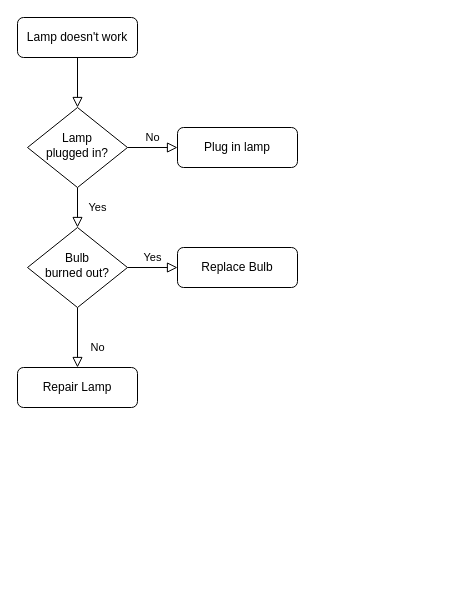
Earlier version of the draw.io diagram Untitled Diagram.drawio (iam-tin/tin-example-figure). Source tidied: cells renumbered, new cells numbered last; positions are measured from the earlier drawing's top-left corner, leaving out a move shared by most shapes. Both pictures are drawn from the tidied source at 100%, with x=0, y=0 at pixel (17, 17).
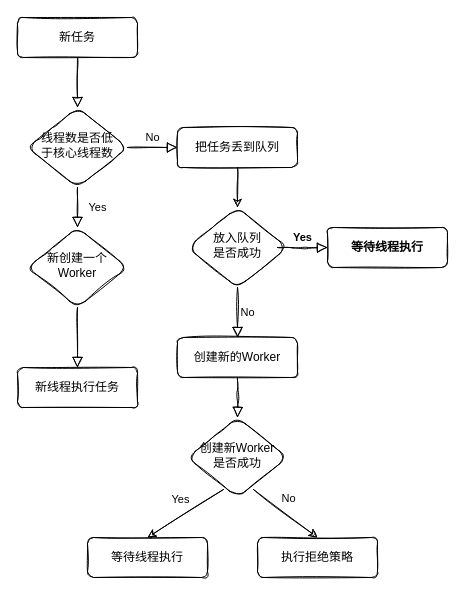
After the change.

Commit message:
线程池任务执行流程图

What changed in the source:
```diff
@@
-    <mxCell id="2" style="rounded=0;html=1;jettySize=auto;fontSize=11;endArrow=block;endFill=0;endSize=8;strokeWidth=1;shadow=0;labelBackgroundColor=none;edgeStyle=orthogonalEdgeStyle;" parent="1" edge="1" source="3" target="6">
+    <mxCell id="2" style="html=1;jettySize=auto;fontSize=11;endArrow=block;endFill=0;endSize=8;strokeWidth=1;shadow=0;labelBackgroundColor=none;edgeStyle=orthogonalEdgeStyle;sketch=1;" parent="1" edge="1" source="3" target="6">
       <mxGeometry relative="1" as="geometry" />
     </mxCell>
-    <mxCell id="3" value="Lamp doesn't work" style="rounded=1;whiteSpace=wrap;html=1;fontSize=12;glass=0;strokeWidth=1;shadow=0;" parent="1" vertex="1">
+    <mxCell id="3" value="新任务" style="whiteSpace=wrap;html=1;fontSize=12;glass=0;strokeWidth=1;shadow=0;sketch=1;rounded=1;" parent="1" vertex="1">
       <mxGeometry width="120" height="40" as="geometry" />
     </mxCell>
-    <mxCell id="4" value="Yes" style="rounded=0;html=1;jettySize=auto;fontSize=11;endArrow=block;endFill=0;endSize=8;strokeWidth=1;shadow=0;labelBackgroundColor=none;edgeStyle=orthogonalEdgeStyle;" parent="1" edge="1" source="6" target="10">
+    <mxCell id="4" value="Yes" style="html=1;jettySize=auto;fontSize=11;endArrow=block;endFill=0;endSize=8;strokeWidth=1;shadow=0;labelBackgroundColor=none;edgeStyle=orthogonalEdgeStyle;sketch=1;" parent="1" edge="1" source="6" target="10">
       <mxGeometry y="20" relative="1" as="geometry" />
     </mxCell>
-    <mxCell id="5" value="No" style="edgeStyle=orthogonalEdgeStyle;rounded=0;html=1;jettySize=auto;fontSize=11;endArrow=block;endFill=0;endSize=8;strokeWidth=1;shadow=0;labelBackgroundColor=none;" parent="1" edge="1" source="6" target="7">
+    <mxCell id="5" value="No" style="edgeStyle=orthogonalEdgeStyle;html=1;jettySize=auto;fontSize=11;endArrow=block;endFill=0;endSize=8;strokeWidth=1;shadow=0;labelBackgroundColor=none;sketch=1;" parent="1" edge="1" source="6" target="7">
       <mxGeometry y="10" relative="1" as="geometry" />
     </mxCell>
-    <mxCell id="6" value="Lamp&lt;br&gt;plugged in?" style="rhombus;whiteSpace=wrap;html=1;shadow=0;fontFamily=Helvetica;fontSize=12;align=center;strokeWidth=1;spacing=6;spacingTop=-4;" parent="1" vertex="1">
+    <mxCell id="6" value="线程数是否低&lt;br&gt;于核心线程数" style="rhombus;whiteSpace=wrap;html=1;shadow=0;fontFamily=Helvetica;fontSize=12;align=center;strokeWidth=1;spacing=6;spacingTop=-4;sketch=1;rounded=1;" parent="1" vertex="1">
       <mxGeometry x="10" y="90" width="100" height="80" as="geometry" />
     </mxCell>
+    <mxCell id="13" style="edgeStyle=orthogonalEdgeStyle;rounded=0;sketch=1;jettySize=auto;html=1;exitX=0.5;exitY=1;exitDx=0;exitDy=0;entryX=0.5;entryY=0;entryDx=0;entryDy=0;" parent="1" edge="1" source="7" target="14">
+      <mxGeometry relative="1" as="geometry" />
+    </mxCell>
-    <mxCell id="7" value="Plug in lamp" style="rounded=1;whiteSpace=wrap;html=1;fontSize=12;glass=0;strokeWidth=1;shadow=0;" parent="1" vertex="1">
+    <mxCell id="7" value="把任务丢到队列" style="whiteSpace=wrap;html=1;fontSize=12;glass=0;strokeWidth=1;shadow=0;sketch=1;rounded=1;" parent="1" vertex="1">
       <mxGeometry x="160" y="110" width="120" height="40" as="geometry" />
     </mxCell>
-    <mxCell id="8" value="No" style="rounded=0;html=1;jettySize=auto;fontSize=11;endArrow=block;endFill=0;endSize=8;strokeWidth=1;shadow=0;labelBackgroundColor=none;edgeStyle=orthogonalEdgeStyle;" parent="1" edge="1" source="10" target="11">
+    <mxCell id="8" style="html=1;jettySize=auto;fontSize=11;endArrow=block;endFill=0;endSize=8;strokeWidth=1;shadow=0;labelBackgroundColor=none;edgeStyle=orthogonalEdgeStyle;sketch=1;" parent="1" edge="1" source="10" target="11">
       <mxGeometry x="0.33" y="20" relative="1" as="geometry" />
     </mxCell>
-    <mxCell id="9" value="Yes" style="edgeStyle=orthogonalEdgeStyle;rounded=0;html=1;jettySize=auto;fontSize=11;endArrow=block;endFill=0;endSize=8;strokeWidth=1;shadow=0;labelBackgroundColor=none;" parent="1" edge="1" source="10" target="12">
-      <mxGeometry y="10" relative="1" as="geometry" />
-    </mxCell>
-    <mxCell id="10" value="Bulb&lt;br&gt;burned out?" style="rhombus;whiteSpace=wrap;html=1;shadow=0;fontFamily=Helvetica;fontSize=12;align=center;strokeWidth=1;spacing=6;spacingTop=-4;" parent="1" vertex="1">
+    <mxCell id="10" value="新创建一个Worker" style="rhombus;whiteSpace=wrap;html=1;shadow=0;fontFamily=Helvetica;fontSize=12;align=center;strokeWidth=1;spacing=6;spacingTop=-4;sketch=1;rounded=1;" parent="1" vertex="1">
       <mxGeometry x="10" y="210" width="100" height="80" as="geometry" />
     </mxCell>
-    <mxCell id="11" value="Repair Lamp" style="rounded=1;whiteSpace=wrap;html=1;fontSize=12;glass=0;strokeWidth=1;shadow=0;" parent="1" vertex="1">
+    <mxCell id="11" value="新线程执行任务" style="whiteSpace=wrap;html=1;fontSize=12;glass=0;strokeWidth=1;shadow=0;sketch=1;rounded=1;" parent="1" vertex="1">
       <mxGeometry y="350" width="120" height="40" as="geometry" />
     </mxCell>
-    <mxCell id="12" value="Replace Bulb" style="rounded=1;whiteSpace=wrap;html=1;fontSize=12;glass=0;strokeWidth=1;shadow=0;" parent="1" vertex="1">
-      <mxGeometry x="160" y="230" width="120" height="40" as="geometry" />
-    </mxCell>
+    <mxCell id="14" value="放入队列&lt;br&gt;是否成功" style="rhombus;whiteSpace=wrap;html=1;shadow=0;fontFamily=Helvetica;fontSize=12;align=center;strokeWidth=1;spacing=6;spacingTop=-4;sketch=1;rounded=1;" parent="1" vertex="1">
+      <mxGeometry x="170" y="190" width="100" height="80" as="geometry" />
+    </mxCell>
+    <mxCell id="15" value="Yes" style="edgeStyle=orthogonalEdgeStyle;html=1;jettySize=auto;fontSize=11;endArrow=block;endFill=0;endSize=8;strokeWidth=1;shadow=0;labelBackgroundColor=none;sketch=1;fontStyle=1;" parent="1" edge="1" target="16">
+      <mxGeometry y="10" relative="1" as="geometry">
+        <mxPoint x="260" y="230" as="sourcePoint" />
+      </mxGeometry>
+    </mxCell>
+    <mxCell id="16" value="等待线程执行" style="whiteSpace=wrap;html=1;fontSize=12;glass=0;strokeWidth=1;shadow=0;sketch=1;rounded=1;fontStyle=1;" parent="1" vertex="1">
+      <mxGeometry x="310" y="210" width="120" height="40" as="geometry" />
+    </mxCell>
+    <mxCell id="17" value="No" style="edgeStyle=orthogonalEdgeStyle;html=1;jettySize=auto;fontSize=11;endArrow=block;endFill=0;endSize=8;strokeWidth=1;shadow=0;labelBackgroundColor=none;sketch=1;entryX=0.5;entryY=0;entryDx=0;entryDy=0;exitX=0.5;exitY=1;exitDx=0;exitDy=0;" parent="1" edge="1" source="14" target="18">
+      <mxGeometry y="10" relative="1" as="geometry" />
+    </mxCell>
+    <mxCell id="18" value="创建新的Worker" style="whiteSpace=wrap;html=1;fontSize=12;glass=0;strokeWidth=1;shadow=0;sketch=1;rounded=1;" parent="1" vertex="1">
+      <mxGeometry x="160" y="320" width="120" height="40" as="geometry" />
+    </mxCell>
+    <mxCell id="19" style="html=1;jettySize=auto;fontSize=11;endArrow=block;endFill=0;endSize=8;strokeWidth=1;shadow=0;labelBackgroundColor=none;edgeStyle=orthogonalEdgeStyle;sketch=1;" parent="1" edge="1" target="20">
+      <mxGeometry y="20" relative="1" as="geometry">
+        <mxPoint x="220" y="360" as="sourcePoint" />
+      </mxGeometry>
+    </mxCell>
+    <mxCell id="20" value="创建新Worker&lt;br&gt;是否成功" style="rhombus;whiteSpace=wrap;html=1;shadow=0;fontFamily=Helvetica;fontSize=12;align=center;strokeWidth=1;spacing=6;spacingTop=-4;sketch=1;rounded=1;" parent="1" vertex="1">
+      <mxGeometry x="170" y="400" width="100" height="80" as="geometry" />
+    </mxCell>
+    <mxCell id="21" value="等待线程执行" style="whiteSpace=wrap;html=1;fontSize=12;glass=0;strokeWidth=1;shadow=0;sketch=1;rounded=1;" parent="1" vertex="1">
+      <mxGeometry x="70" y="520" width="120" height="40" as="geometry" />
+    </mxCell>
+    <mxCell id="22" style="endArrow=classic;html=1;sketch=1;shadow=0;entryX=0.5;entryY=0;entryDx=0;entryDy=0;exitX=0.36;exitY=0.9;exitDx=0;exitDy=0;exitPerimeter=0;" parent="1" edge="1" source="20" target="21">
+      <mxGeometry relative="1" as="geometry" />
+    </mxCell>
+    <mxCell id="23" value="Yes" style="edgeLabel;html=1;align=center;verticalAlign=middle;" parent="22" vertex="1">
+      <mxGeometry x="-0.05" y="1" relative="1" as="geometry">
+        <mxPoint x="-7.7" y="-14.7" as="offset" />
+      </mxGeometry>
+    </mxCell>
+    <mxCell id="24" value="执行拒绝策略" style="whiteSpace=wrap;html=1;fontSize=12;glass=0;strokeWidth=1;shadow=0;sketch=1;rounded=1;" parent="1" vertex="1">
+      <mxGeometry x="240" y="520" width="120" height="40" as="geometry" />
+    </mxCell>
+    <mxCell id="25" style="endArrow=classic;html=1;sketch=1;shadow=0;entryX=0.5;entryY=0;entryDx=0;entryDy=0;exitX=0.66;exitY=0.9;exitDx=0;exitDy=0;exitPerimeter=0;" parent="1" edge="1" source="20" target="24">
+      <mxGeometry relative="1" as="geometry" />
+    </mxCell>
+    <mxCell id="26" value="No" style="edgeLabel;html=1;align=center;verticalAlign=middle;" parent="25" vertex="1">
+      <mxGeometry x="-0.05" y="1" relative="1" as="geometry">
+        <mxPoint x="3" y="-14" as="offset" />
+      </mxGeometry>
+    </mxCell>
```
